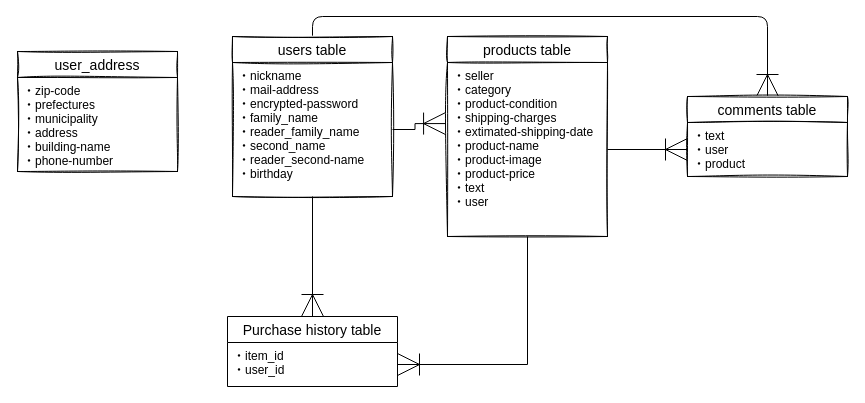
Before: furima.dio in jaxzzxaj/furima-33994, a draw.io diagram. Source tidied: cells renumbered, new cells numbered last; positions are measured from the earlier drawing's top-left corner, leaving out a move shared by most shapes. Both pictures are drawn from the tidied source at 100%, with x=0, y=0 at pixel (17, 36).
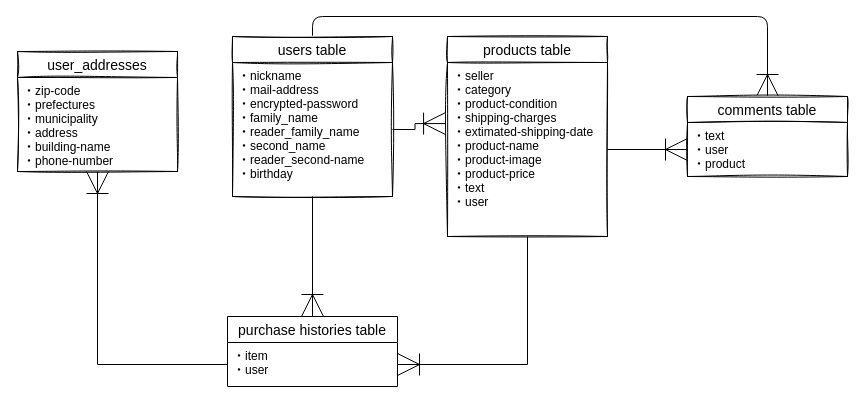
The same page after the edit.

What changed in the source:
```diff
@@
 <mxGraphModel>
   <root>
     <mxCell id="0" />
     <mxCell id="1" parent="0" />
     <mxCell id="2" style="edgeStyle=orthogonalEdgeStyle;rounded=1;sketch=0;jettySize=auto;html=1;exitX=0.5;exitY=0;exitDx=0;exitDy=0;entryX=0.5;entryY=0;entryDx=0;entryDy=0;startSize=20;endArrow=ERoneToMany;endFill=0;endSize=20;" parent="1" edge="1" source="3" target="7">
       <mxGeometry relative="1" as="geometry" />
     </mxCell>
     <mxCell id="3" value="users table" style="swimlane;fontStyle=0;horizontal=1;startSize=26;align=center;fontSize=14;rounded=0;sketch=1;" parent="1" vertex="1">
       <mxGeometry x="215" width="160" height="160" as="geometry" />
     </mxCell>
     <mxCell id="4" value="・nickname&#10;・mail-address&#10;・encrypted-password&#10;・family_name&#10;・reader_family_name&#10;・second_name&#10;・reader_second-name&#10;・birthday&#10;" style="text;strokeColor=none;fillColor=none;spacingLeft=4;spacingRight=4;overflow=hidden;points=[[0,0.5],[1,0.5]];portConstraint=eastwest;fontSize=12;" parent="3" vertex="1">
       <mxGeometry y="26" width="160" height="134" as="geometry" />
     </mxCell>
     <mxCell id="5" value="products table" style="swimlane;fontStyle=0;horizontal=1;startSize=26;align=center;fontSize=14;rounded=0;sketch=1;" parent="1" vertex="1">
       <mxGeometry x="430" width="160" height="200" as="geometry" />
     </mxCell>
     <mxCell id="6" value="・seller&#10;・category&#10;・product-condition&#10;・shipping-charges&#10;・extimated-shipping-date&#10;・product-name&#10;・product-image&#10;・product-price&#10;・text&#10;・user" style="text;strokeColor=none;fillColor=none;spacingLeft=4;spacingRight=4;overflow=hidden;points=[[0,0.5],[1,0.5]];portConstraint=eastwest;fontSize=12;sketch=0;shadow=0;" parent="5" vertex="1">
       <mxGeometry y="26" width="160" height="174" as="geometry" />
     </mxCell>
     <mxCell id="7" value="comments table" style="swimlane;fontStyle=0;horizontal=1;startSize=26;align=center;fontSize=14;rounded=0;sketch=1;" parent="1" vertex="1">
       <mxGeometry x="670" y="60" width="160" height="80" as="geometry" />
     </mxCell>
     <mxCell id="8" value="・text&#10;・user&#10;・product&#10;" style="text;strokeColor=none;fillColor=none;spacingLeft=4;spacingRight=4;overflow=hidden;points=[[0,0.5],[1,0.5]];portConstraint=eastwest;fontSize=12;sketch=0;shadow=0;" parent="7" vertex="1">
       <mxGeometry y="26" width="160" height="54" as="geometry" />
     </mxCell>
-    <mxCell id="9" value="user_address" style="swimlane;fontStyle=0;horizontal=1;startSize=26;align=center;fontSize=14;rounded=0;sketch=1;" parent="1" vertex="1">
+    <mxCell id="9" value="user_addresses" style="swimlane;fontStyle=0;horizontal=1;startSize=26;align=center;fontSize=14;rounded=0;sketch=1;" parent="1" vertex="1">
       <mxGeometry y="15" width="160" height="120" as="geometry" />
     </mxCell>
     <mxCell id="10" value="・zip-code&#10;・prefectures&#10;・municipality&#10;・address&#10;・building-name&#10;・phone-number&#10;" style="text;strokeColor=none;fillColor=none;spacingLeft=4;spacingRight=4;overflow=hidden;fontSize=12;sketch=0;shadow=0;" parent="9" vertex="1">
       <mxGeometry y="26" width="160" height="94" as="geometry" />
     </mxCell>
     <mxCell id="11" style="edgeStyle=none;rounded=1;sketch=0;jettySize=auto;html=1;exitX=1;exitY=0.5;exitDx=0;exitDy=0;endArrow=ERoneToMany;endFill=0;endSize=20;" parent="1" edge="1" source="6" target="8">
       <mxGeometry relative="1" as="geometry" />
     </mxCell>
     <mxCell id="12" style="edgeStyle=orthogonalEdgeStyle;rounded=0;jettySize=auto;html=1;endArrow=ERoneToMany;endFill=0;endSize=20;entryX=0.5;entryY=0;entryDx=0;entryDy=0;" parent="1" edge="1" source="3" target="13">
       <mxGeometry relative="1" as="geometry" />
     </mxCell>
-    <mxCell id="13" value="Purchase history table" style="swimlane;fontStyle=0;horizontal=1;startSize=26;align=center;fontSize=14;" parent="1" vertex="1">
+    <mxCell id="13" value="purchase histories table" style="swimlane;fontStyle=0;horizontal=1;startSize=26;align=center;fontSize=14;" parent="1" vertex="1">
       <mxGeometry x="210" y="280" width="170" height="70" as="geometry" />
     </mxCell>
-    <mxCell id="14" value="・item_id&#10;・user_id" style="text;strokeColor=none;fillColor=none;spacingLeft=4;spacingRight=4;overflow=hidden;points=[[0,0.5],[1,0.5]];portConstraint=eastwest;fontSize=12;" parent="13" vertex="1">
+    <mxCell id="14" value="・item&#10;・user" style="text;strokeColor=none;fillColor=none;spacingLeft=4;spacingRight=4;overflow=hidden;points=[[0,0.5],[1,0.5]];portConstraint=eastwest;fontSize=12;" parent="13" vertex="1">
       <mxGeometry y="26" width="170" height="44" as="geometry" />
     </mxCell>
     <mxCell id="15" style="edgeStyle=orthogonalEdgeStyle;rounded=0;jettySize=auto;html=1;exitX=1;exitY=0.5;exitDx=0;exitDy=0;entryX=-0.012;entryY=0.351;entryDx=0;entryDy=0;entryPerimeter=0;endSize=20;endArrow=ERoneToMany;endFill=0;" parent="1" edge="1" source="4" target="6">
       <mxGeometry relative="1" as="geometry" />
     </mxCell>
     <mxCell id="16" style="edgeStyle=orthogonalEdgeStyle;rounded=0;jettySize=auto;html=1;endArrow=ERoneToMany;endFill=0;endSize=20;entryX=1;entryY=0.5;entryDx=0;entryDy=0;" parent="1" edge="1" source="5" target="14">
       <mxGeometry relative="1" as="geometry" />
     </mxCell>
+    <mxCell id="17" style="edgeStyle=orthogonalEdgeStyle;rounded=0;jettySize=auto;html=1;exitX=0;exitY=0.5;exitDx=0;exitDy=0;endArrow=ERoneToMany;endFill=0;endSize=20;" parent="1" edge="1" source="14" target="9">
+      <mxGeometry relative="1" as="geometry" />
+    </mxCell>
   </root>
 </mxGraphModel>
```
